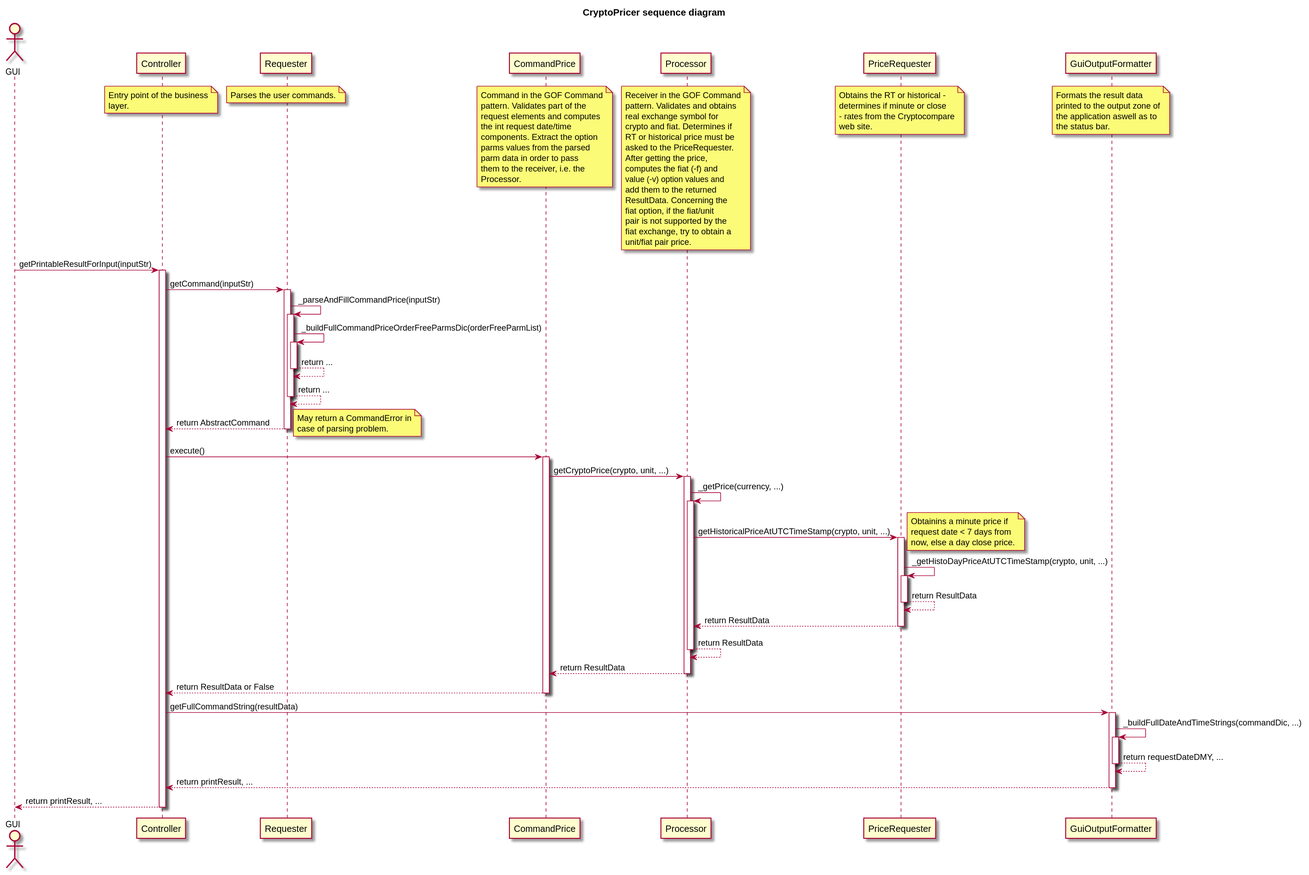
Archanciel/cryptopricer keeps this PlantUML diagram as screenshots/sqCryptoPricerShortSig.svg. Above is the earlier version.
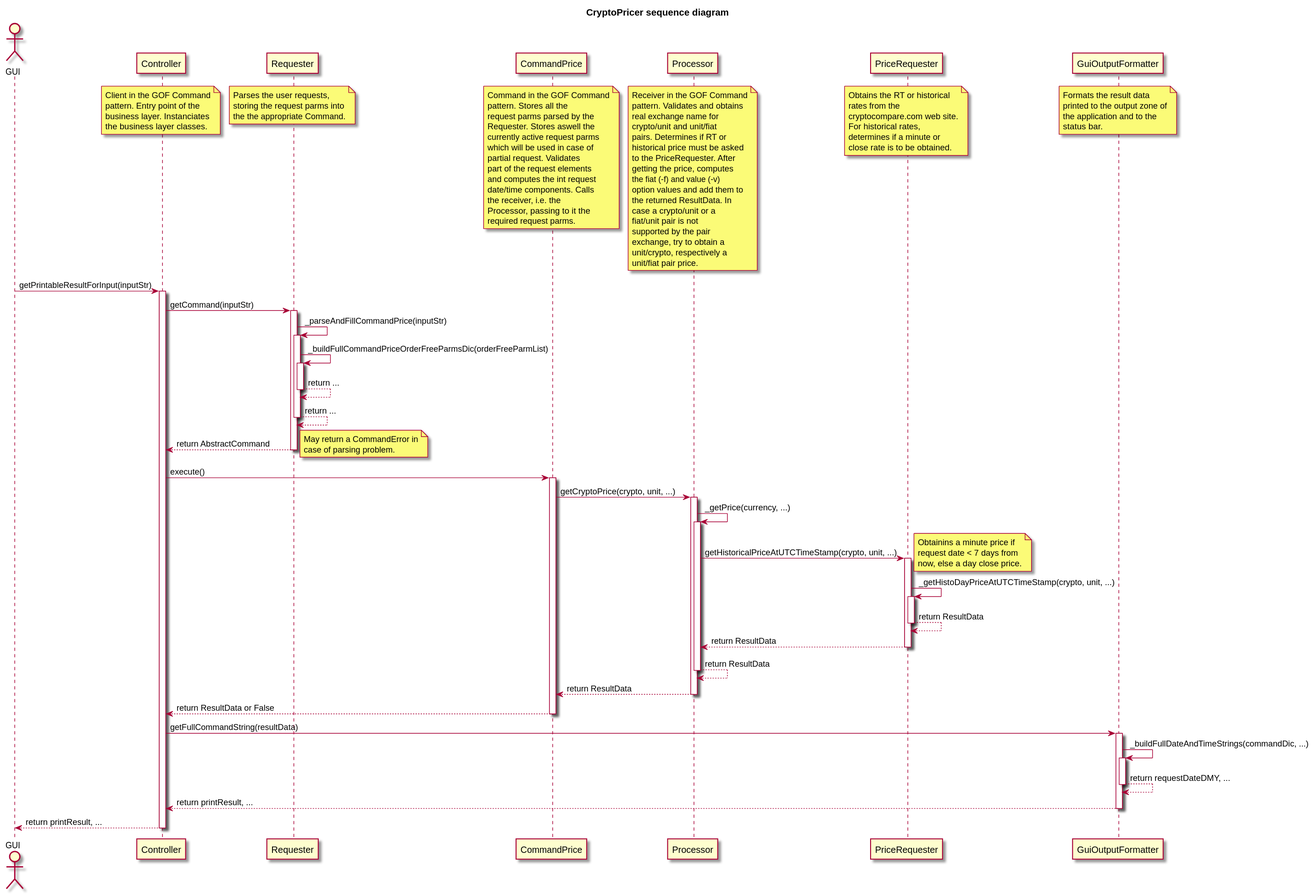
The same file after the commit.

What changed in the source:
```diff
@@ -4,56 +4,68 @@
 actor GUI
 participant Controller
 	/note over of Controller
-		Entry point of the business
-		layer.
+		Client in the GOF Command
+		pattern. Entry point of the
+		business layer. Instanciates
+		the business layer classes.
 	end note
 participant Requester
 	/note over of Requester
-		Parses the user commands.
+		Parses the user requests,
+		storing the request parms into
+		the the appropriate Command.
 	end note
 participant CommandPrice
 	/note over of CommandPrice
 		Command in the GOF Command
-		pattern. Validates part of the
-		request elements and computes
-		the int request date/time
-		components. Extract the option
-		parms values from the parsed
-		parm data in order to pass
-		them to the receiver, i.e. the
-		Processor.
+		pattern. Stores all the
+		request parms parsed by the
+		Requester. Stores aswell the
+		currently active request parms
+		which will be used in case of
+		partial request. Validates
+		part of the request elements
+		and computes the int request
+		date/time components. Calls
+		the receiver, i.e. the
+		Processor, passing to it the
+		required request parms.
 	end note
 participant Processor
 	/note over of Processor
 		Receiver in the GOF Command
 		pattern. Validates and obtains
-		real exchange symbol for
-		crypto and fiat. Determines if
-		RT or historical price must be
-		asked to the PriceRequester.
-		After getting the price,
-		computes the fiat (-f) and
-		value (-v) option values and
-		add them to the returned
-		ResultData. Concerning the
-		fiat option, if the fiat/unit
-		pair is not supported by the
-		fiat exchange, try to obtain a
+		real exchange name for
+		crypto/unit and unit/fiat
+		pairs. Determines if RT or
+		historical price must be asked
+		to the PriceRequester. After
+		getting the price, computes
+		the fiat (-f) and value (-v)
+		option values and add them to
+		the returned ResultData. In
+		case a crypto/unit or a
+		fiat/unit pair is not
+		supported by the pair
+		exchange, try to obtain a
+		unit/crypto, respectively a
 		unit/fiat pair price.
 	end note
 participant PriceRequester
 	/note over of PriceRequester
-		Obtains the RT or historical -
-		determines if minute or close
-		- rates from the Cryptocompare
-		web site.
+		Obtains the RT or historical
+		rates from the
+		cryptocompare.com web site.
+		For historical rates,
+		determines if a minute or
+		close rate is to be obtained.
 	end note
 participant GuiOutputFormatter
 	/note over of GuiOutputFormatter
 		Formats the result data
 		printed to the output zone of
-		the application aswell as to
-		the status bar.
+		the application and to the
+		status bar.
 	end note
 GUI -> Controller: getPrintableResultForInput(inputStr)
 	activate Controller
```
